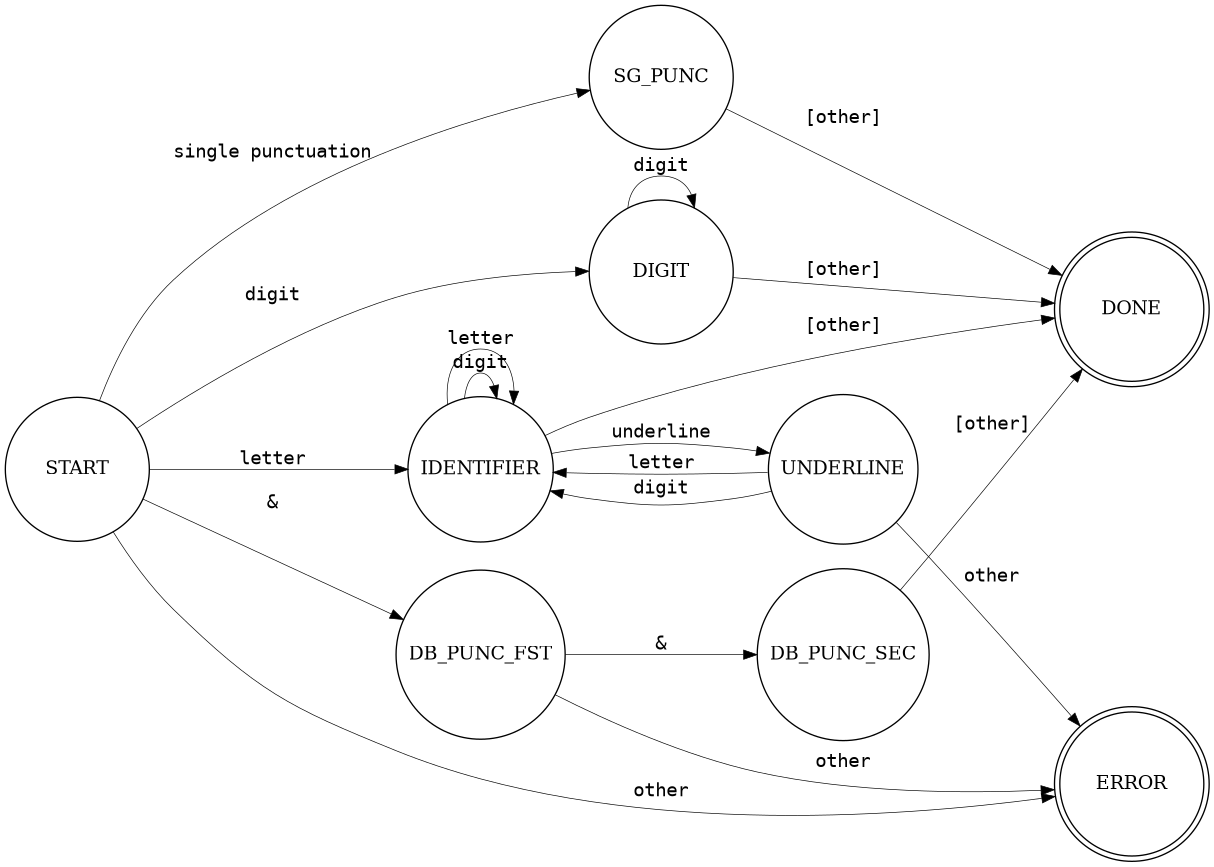
This is lab1-lexer/documents/total.png from TangliziGit/compiler-experiments, a Graphviz export, as it was before one commit. Its source is kept beside it as lab1-lexer/documents/total.dot. Source of this version:
```dot
digraph {
    rankdir = LR;
    node [shape="circle", width="1.5", height="1.5"]
    edge [fontname="Inconsolata, Consolas", penwidth=0.5]

    subgraph terminators_cluster {
        node [shape="doublecircle"]

        DONE, ERROR
    }

    START,
    DIGIT,
    IDENTIFIER, UNDERLINE,
    SG_PUNC,
    DB_PUNC_FST, DB_PUNC_SEC

    {
        START -> ERROR [label="other"];

        START -> DIGIT [label="digit"];
        DIGIT -> DIGIT [label="digit"];
        DIGIT -> DONE  [label="[other]"];

        START -> IDENTIFIER         [label="letter"];
        IDENTIFIER -> IDENTIFIER    [label="digit"];
        IDENTIFIER -> IDENTIFIER    [label="letter"];
        IDENTIFIER -> UNDERLINE     [label="underline"];
        UNDERLINE -> IDENTIFIER     [label="letter"];
        UNDERLINE -> IDENTIFIER     [label="digit"];
        IDENTIFIER -> DONE          [label="[other]"];
        UNDERLINE -> ERROR          [label="other"];

        START -> SG_PUNC            [label="single punctuation"];
        SG_PUNC -> DONE             [label="[other]"];

        START -> DB_PUNC_FST        [label="&"];
        DB_PUNC_FST -> DB_PUNC_SEC  [label="&"];
        DB_PUNC_SEC -> DONE         [label="[other]"];
        DB_PUNC_FST -> ERROR        [label="other"];
    }
}
```
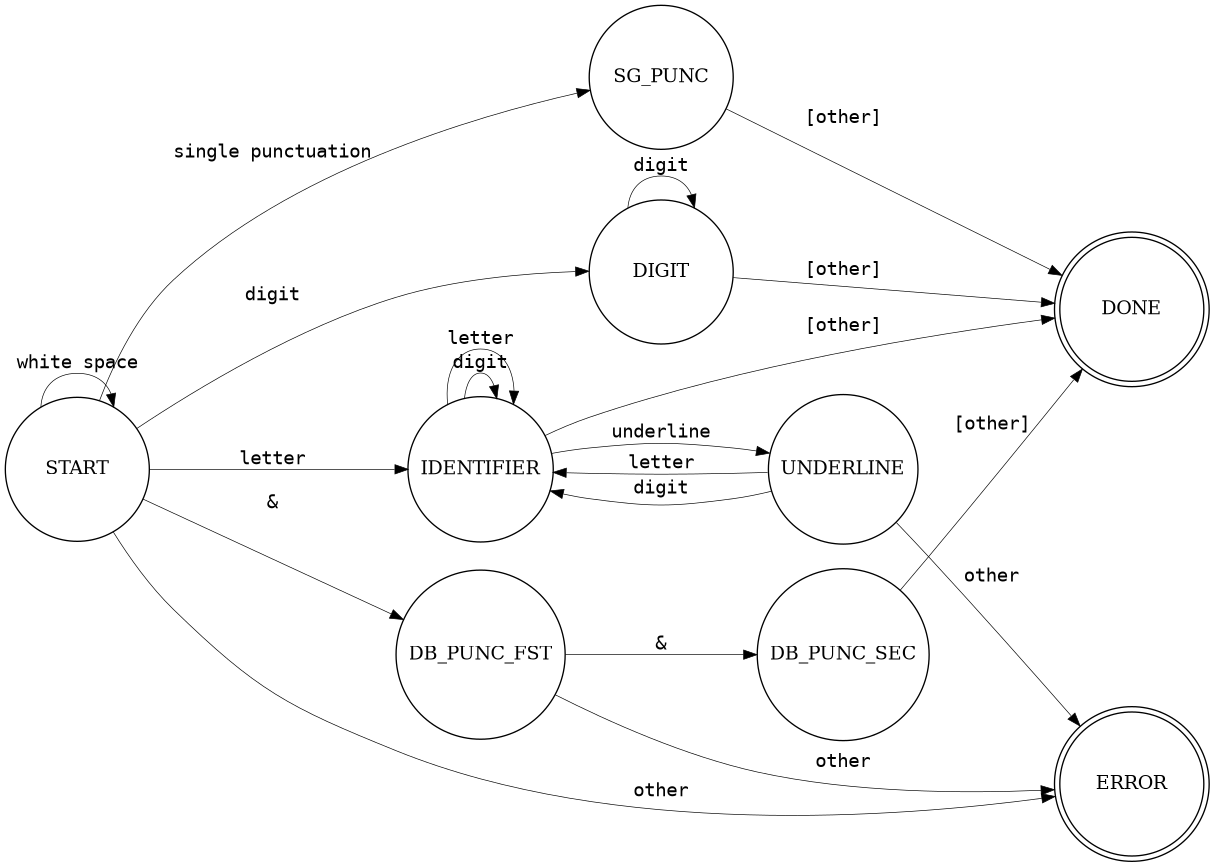
Above is the later version.

Change to the diagram source:
```diff
@@ -16,6 +16,7 @@
     DB_PUNC_FST, DB_PUNC_SEC
 
     {
+        START -> START [label="white space"];
         START -> ERROR [label="other"];
 
         START -> DIGIT [label="digit"];
```
